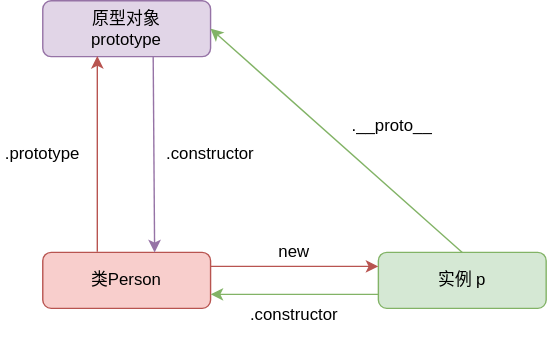
Earlier version of the draw.io export images/javascript/prototype-01.svg (overnote/over-javascript). Source tidied: cells renumbered, new cells last; positions are measured from the earlier drawing's top-left corner, leaving out a move shared by most shapes.
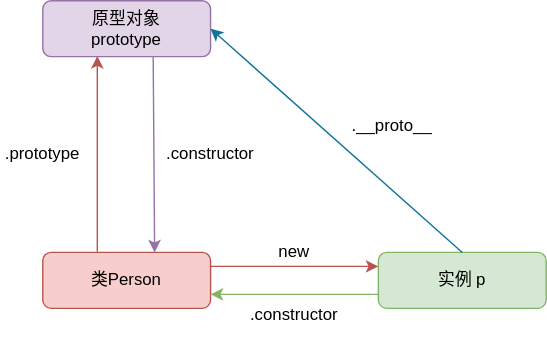
The same diagram one commit later.

Commit message:
修正原型链相关图片颜色

Diff of the diagram source:
```diff
@@ -20,7 +20,7 @@
     <mxCell id="7" value="原型对象&lt;br&gt;prototype" style="rounded=1;whiteSpace=wrap;html=1;fillColor=#e1d5e7;strokeColor=#9673a6;" parent="1" vertex="1">
       <mxGeometry x="30" width="120" height="40" as="geometry" />
     </mxCell>
-    <mxCell id="8" style="endArrow=classic;html=1;exitX=0.5;exitY=0;exitDx=0;exitDy=0;entryX=1;entryY=0.5;entryDx=0;entryDy=0;fillColor=#d5e8d4;strokeColor=#82b366;" parent="1" edge="1" source="6" target="7">
+    <mxCell id="8" style="endArrow=classic;html=1;exitX=0.5;exitY=0;exitDx=0;exitDy=0;entryX=1;entryY=0.5;entryDx=0;entryDy=0;fillColor=#b1ddf0;strokeColor=#10739e;" parent="1" edge="1" source="6" target="7">
       <mxGeometry relative="1" as="geometry" />
     </mxCell>
     <mxCell id="9" style="endArrow=classic;html=1;exitX=0.325;exitY=-0.012;exitDx=0;exitDy=0;entryX=0.325;entryY=0.988;entryDx=0;entryDy=0;fillColor=#f8cecc;strokeColor=#b85450;exitPerimeter=0;entryPerimeter=0;" parent="1" edge="1" source="5" target="7">
```
